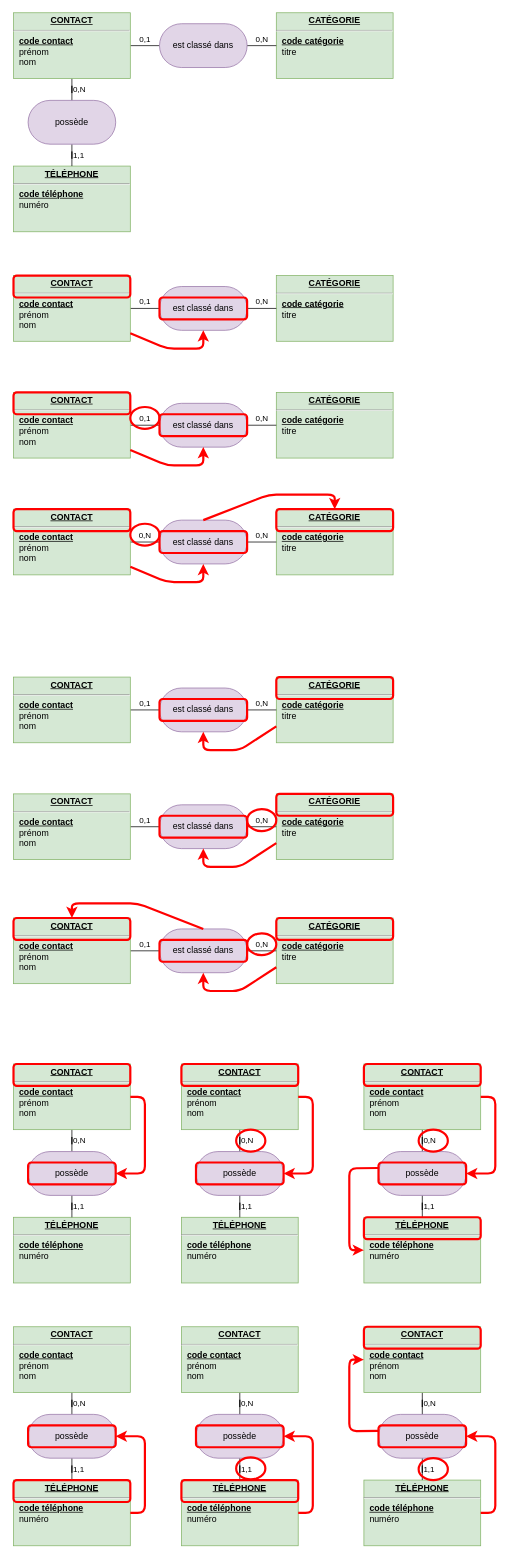
sebastien-raud/sebastien-raud.github.io keeps this draw.io diagram as page "schémas_1_lecture" (2 of 3) of mcd-vers-mld/ressources/schemas.drawio. Above is the earlier version. Source tidied: cells renumbered, new cells numbered last; positions are measured from the earlier drawing's top-left corner, leaving out a move shared by most shapes. Both pictures are drawn from the tidied source at 73%, with x=0, y=0 at pixel (13, 12).
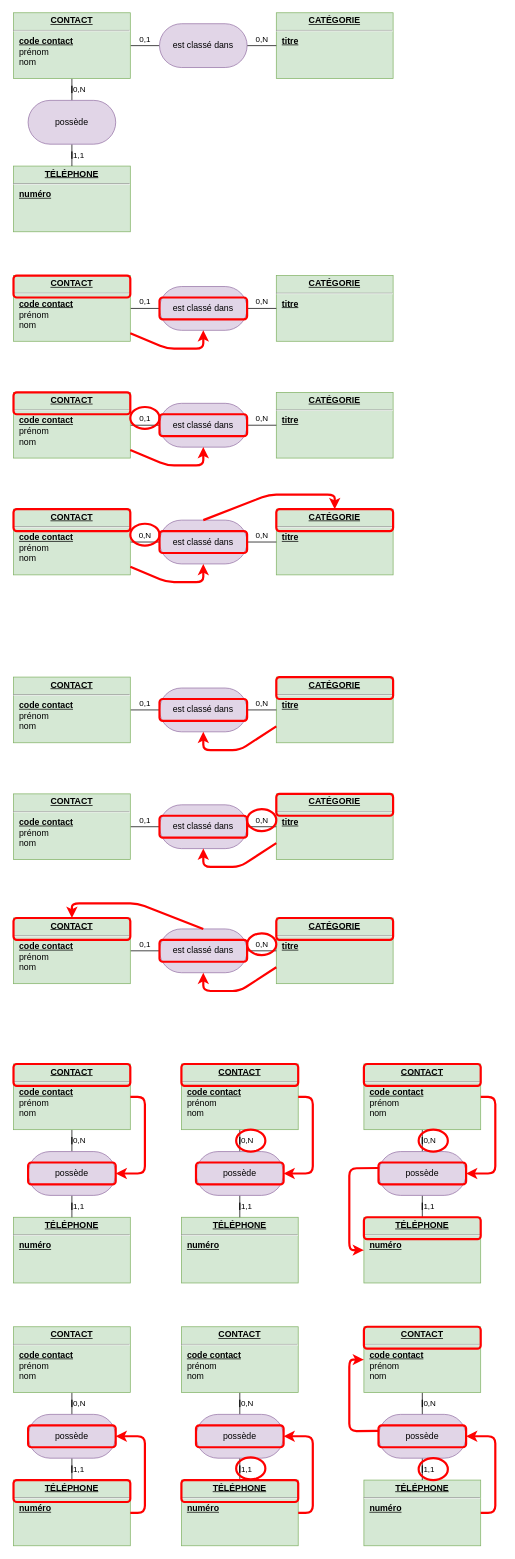
After the change.

What changed in the source:
```diff
@@
-    <mxCell id="5" value="&lt;p style=&quot;margin:0px;margin-top:4px;text-align:center;text-decoration:underline;&quot;&gt;&lt;b&gt;TÉLÉPHONE&lt;/b&gt;&lt;/p&gt;&lt;hr&gt;&lt;p style=&quot;margin:0px;margin-left:8px;&quot;&gt;&lt;u&gt;&lt;b&gt;code téléphone&lt;/b&gt;&lt;/u&gt;&lt;/p&gt;&lt;p style=&quot;margin:0px;margin-left:8px;&quot;&gt;numéro&lt;/p&gt;" style="verticalAlign=top;align=left;overflow=fill;fontSize=12;fontFamily=Helvetica;html=1;fillColor=#d5e8d4;strokeColor=#82b366;rounded=0;" parent="1" vertex="1">
+    <mxCell id="5" value="&lt;p style=&quot;margin:0px;margin-top:4px;text-align:center;text-decoration:underline;&quot;&gt;&lt;b&gt;TÉLÉPHONE&lt;/b&gt;&lt;/p&gt;&lt;hr&gt;&lt;p style=&quot;margin:0px;margin-left:8px;&quot;&gt;&lt;span style=&quot;background-color: initial;&quot;&gt;&lt;b&gt;&lt;u&gt;numéro&lt;/u&gt;&lt;/b&gt;&lt;/span&gt;&lt;br&gt;&lt;/p&gt;" style="verticalAlign=top;align=left;overflow=fill;fontSize=12;fontFamily=Helvetica;html=1;fillColor=#d5e8d4;strokeColor=#82b366;rounded=0;" parent="1" vertex="1">
       <mxGeometry y="210" width="160" height="90" as="geometry" />
     </mxCell>
-    <mxCell id="6" value="&lt;p style=&quot;margin:0px;margin-top:4px;text-align:center;text-decoration:underline;&quot;&gt;&lt;b&gt;CATÉGORIE&lt;/b&gt;&lt;/p&gt;&lt;hr&gt;&lt;p style=&quot;margin:0px;margin-left:8px;&quot;&gt;&lt;u&gt;&lt;b&gt;code catégorie&lt;/b&gt;&lt;/u&gt;&lt;/p&gt;&lt;p style=&quot;margin:0px;margin-left:8px;&quot;&gt;titre&lt;/p&gt;" style="verticalAlign=top;align=left;overflow=fill;fontSize=12;fontFamily=Helvetica;html=1;fillColor=#d5e8d4;strokeColor=#82b366;rounded=0;" parent="1" vertex="1">
+    <mxCell id="6" value="&lt;p style=&quot;margin:0px;margin-top:4px;text-align:center;text-decoration:underline;&quot;&gt;&lt;b&gt;CATÉGORIE&lt;/b&gt;&lt;/p&gt;&lt;hr&gt;&lt;p style=&quot;margin:0px;margin-left:8px;&quot;&gt;&lt;span style=&quot;background-color: initial;&quot;&gt;&lt;b&gt;&lt;u&gt;titre&lt;/u&gt;&lt;/b&gt;&lt;/span&gt;&lt;br&gt;&lt;/p&gt;" style="verticalAlign=top;align=left;overflow=fill;fontSize=12;fontFamily=Helvetica;html=1;fillColor=#d5e8d4;strokeColor=#82b366;rounded=0;" parent="1" vertex="1">
       <mxGeometry x="360" width="160" height="90" as="geometry" />
     </mxCell>
@@
-    <mxCell id="13" value="&lt;p style=&quot;margin:0px;margin-top:4px;text-align:center;text-decoration:underline;&quot;&gt;&lt;b&gt;CATÉGORIE&lt;/b&gt;&lt;/p&gt;&lt;hr&gt;&lt;p style=&quot;margin:0px;margin-left:8px;&quot;&gt;&lt;u&gt;&lt;b&gt;code catégorie&lt;/b&gt;&lt;/u&gt;&lt;/p&gt;&lt;p style=&quot;margin:0px;margin-left:8px;&quot;&gt;titre&lt;/p&gt;" style="verticalAlign=top;align=left;overflow=fill;fontSize=12;fontFamily=Helvetica;html=1;fillColor=#d5e8d4;strokeColor=#82b366;rounded=0;" parent="1" vertex="1">
+    <mxCell id="13" value="&lt;p style=&quot;margin:0px;margin-top:4px;text-align:center;text-decoration:underline;&quot;&gt;&lt;b&gt;CATÉGORIE&lt;/b&gt;&lt;/p&gt;&lt;hr&gt;&lt;p style=&quot;margin:0px;margin-left:8px;&quot;&gt;&lt;span style=&quot;background-color: initial;&quot;&gt;&lt;b&gt;&lt;u&gt;titre&lt;/u&gt;&lt;/b&gt;&lt;/span&gt;&lt;br&gt;&lt;/p&gt;" style="verticalAlign=top;align=left;overflow=fill;fontSize=12;fontFamily=Helvetica;html=1;fillColor=#d5e8d4;strokeColor=#82b366;rounded=0;" parent="1" vertex="1">
       <mxGeometry x="360" y="360" width="160" height="90" as="geometry" />
     </mxCell>
@@
-    <mxCell id="19" value="&lt;p style=&quot;margin:0px;margin-top:4px;text-align:center;text-decoration:underline;&quot;&gt;&lt;b&gt;CATÉGORIE&lt;/b&gt;&lt;/p&gt;&lt;hr&gt;&lt;p style=&quot;margin:0px;margin-left:8px;&quot;&gt;&lt;u&gt;&lt;b&gt;code catégorie&lt;/b&gt;&lt;/u&gt;&lt;/p&gt;&lt;p style=&quot;margin:0px;margin-left:8px;&quot;&gt;titre&lt;/p&gt;" style="verticalAlign=top;align=left;overflow=fill;fontSize=12;fontFamily=Helvetica;html=1;fillColor=#d5e8d4;strokeColor=#82b366;rounded=0;" parent="1" vertex="1">
+    <mxCell id="19" value="&lt;p style=&quot;margin:0px;margin-top:4px;text-align:center;text-decoration:underline;&quot;&gt;&lt;b&gt;CATÉGORIE&lt;/b&gt;&lt;/p&gt;&lt;hr&gt;&lt;p style=&quot;margin:0px;margin-left:8px;&quot;&gt;&lt;span style=&quot;background-color: initial;&quot;&gt;&lt;b&gt;&lt;u&gt;titre&lt;/u&gt;&lt;/b&gt;&lt;/span&gt;&lt;br&gt;&lt;/p&gt;" style="verticalAlign=top;align=left;overflow=fill;fontSize=12;fontFamily=Helvetica;html=1;fillColor=#d5e8d4;strokeColor=#82b366;rounded=0;" parent="1" vertex="1">
       <mxGeometry x="360" y="520" width="160" height="90" as="geometry" />
     </mxCell>
@@
-    <mxCell id="26" value="&lt;p style=&quot;margin:0px;margin-top:4px;text-align:center;text-decoration:underline;&quot;&gt;&lt;b&gt;CATÉGORIE&lt;/b&gt;&lt;/p&gt;&lt;hr&gt;&lt;p style=&quot;margin:0px;margin-left:8px;&quot;&gt;&lt;u&gt;&lt;b&gt;code catégorie&lt;/b&gt;&lt;/u&gt;&lt;/p&gt;&lt;p style=&quot;margin:0px;margin-left:8px;&quot;&gt;titre&lt;/p&gt;" style="verticalAlign=top;align=left;overflow=fill;fontSize=12;fontFamily=Helvetica;html=1;fillColor=#d5e8d4;strokeColor=#82b366;rounded=0;" parent="1" vertex="1">
+    <mxCell id="26" value="&lt;p style=&quot;margin:0px;margin-top:4px;text-align:center;text-decoration:underline;&quot;&gt;&lt;b&gt;CATÉGORIE&lt;/b&gt;&lt;/p&gt;&lt;hr&gt;&lt;p style=&quot;margin:0px;margin-left:8px;&quot;&gt;&lt;span style=&quot;background-color: initial;&quot;&gt;&lt;b&gt;&lt;u&gt;titre&lt;/u&gt;&lt;/b&gt;&lt;/span&gt;&lt;br&gt;&lt;/p&gt;" style="verticalAlign=top;align=left;overflow=fill;fontSize=12;fontFamily=Helvetica;html=1;fillColor=#d5e8d4;strokeColor=#82b366;rounded=0;" parent="1" vertex="1">
       <mxGeometry x="360" y="910" width="160" height="90" as="geometry" />
     </mxCell>
@@
-    <mxCell id="38" value="&lt;p style=&quot;margin:0px;margin-top:4px;text-align:center;text-decoration:underline;&quot;&gt;&lt;b&gt;CATÉGORIE&lt;/b&gt;&lt;/p&gt;&lt;hr&gt;&lt;p style=&quot;margin:0px;margin-left:8px;&quot;&gt;&lt;u&gt;&lt;b&gt;code catégorie&lt;/b&gt;&lt;/u&gt;&lt;/p&gt;&lt;p style=&quot;margin:0px;margin-left:8px;&quot;&gt;titre&lt;/p&gt;" style="verticalAlign=top;align=left;overflow=fill;fontSize=12;fontFamily=Helvetica;html=1;fillColor=#d5e8d4;strokeColor=#82b366;rounded=0;" parent="1" vertex="1">
+    <mxCell id="38" value="&lt;p style=&quot;margin:0px;margin-top:4px;text-align:center;text-decoration:underline;&quot;&gt;&lt;b&gt;CATÉGORIE&lt;/b&gt;&lt;/p&gt;&lt;hr&gt;&lt;p style=&quot;margin:0px;margin-left:8px;&quot;&gt;&lt;span style=&quot;background-color: initial;&quot;&gt;&lt;b&gt;&lt;u&gt;titre&lt;/u&gt;&lt;/b&gt;&lt;/span&gt;&lt;br&gt;&lt;/p&gt;" style="verticalAlign=top;align=left;overflow=fill;fontSize=12;fontFamily=Helvetica;html=1;fillColor=#d5e8d4;strokeColor=#82b366;rounded=0;" parent="1" vertex="1">
       <mxGeometry x="360" y="1070" width="160" height="90" as="geometry" />
     </mxCell>
@@
-    <mxCell id="47" value="&lt;p style=&quot;margin:0px;margin-top:4px;text-align:center;text-decoration:underline;&quot;&gt;&lt;b&gt;TÉLÉPHONE&lt;/b&gt;&lt;/p&gt;&lt;hr&gt;&lt;p style=&quot;margin:0px;margin-left:8px;&quot;&gt;&lt;u&gt;&lt;b&gt;code téléphone&lt;/b&gt;&lt;/u&gt;&lt;/p&gt;&lt;p style=&quot;margin:0px;margin-left:8px;&quot;&gt;numéro&lt;/p&gt;" style="verticalAlign=top;align=left;overflow=fill;fontSize=12;fontFamily=Helvetica;html=1;fillColor=#d5e8d4;strokeColor=#82b366;rounded=0;" parent="1" vertex="1">
+    <mxCell id="47" value="&lt;p style=&quot;margin:0px;margin-top:4px;text-align:center;text-decoration:underline;&quot;&gt;&lt;b&gt;TÉLÉPHONE&lt;/b&gt;&lt;/p&gt;&lt;hr&gt;&lt;p style=&quot;margin:0px;margin-left:8px;&quot;&gt;&lt;span style=&quot;background-color: initial;&quot;&gt;&lt;b&gt;&lt;u&gt;numéro&lt;/u&gt;&lt;/b&gt;&lt;/span&gt;&lt;br&gt;&lt;/p&gt;" style="verticalAlign=top;align=left;overflow=fill;fontSize=12;fontFamily=Helvetica;html=1;fillColor=#d5e8d4;strokeColor=#82b366;rounded=0;" parent="1" vertex="1">
       <mxGeometry y="1650" width="160" height="90" as="geometry" />
     </mxCell>
@@
-    <mxCell id="54" value="&lt;p style=&quot;margin:0px;margin-top:4px;text-align:center;text-decoration:underline;&quot;&gt;&lt;b&gt;CATÉGORIE&lt;/b&gt;&lt;/p&gt;&lt;hr&gt;&lt;p style=&quot;margin:0px;margin-left:8px;&quot;&gt;&lt;u&gt;&lt;b&gt;code catégorie&lt;/b&gt;&lt;/u&gt;&lt;/p&gt;&lt;p style=&quot;margin:0px;margin-left:8px;&quot;&gt;titre&lt;/p&gt;" style="verticalAlign=top;align=left;overflow=fill;fontSize=12;fontFamily=Helvetica;html=1;fillColor=#d5e8d4;strokeColor=#82b366;rounded=0;" parent="1" vertex="1">
+    <mxCell id="54" value="&lt;p style=&quot;margin:0px;margin-top:4px;text-align:center;text-decoration:underline;&quot;&gt;&lt;b&gt;CATÉGORIE&lt;/b&gt;&lt;/p&gt;&lt;hr&gt;&lt;p style=&quot;margin:0px;margin-left:8px;&quot;&gt;&lt;span style=&quot;background-color: initial;&quot;&gt;&lt;b&gt;&lt;u&gt;titre&lt;/u&gt;&lt;/b&gt;&lt;/span&gt;&lt;br&gt;&lt;/p&gt;" style="verticalAlign=top;align=left;overflow=fill;fontSize=12;fontFamily=Helvetica;html=1;fillColor=#d5e8d4;strokeColor=#82b366;rounded=0;" parent="1" vertex="1">
       <mxGeometry x="360" y="680" width="160" height="90" as="geometry" />
     </mxCell>
@@
-    <mxCell id="64" value="&lt;p style=&quot;margin:0px;margin-top:4px;text-align:center;text-decoration:underline;&quot;&gt;&lt;b&gt;CATÉGORIE&lt;/b&gt;&lt;/p&gt;&lt;hr&gt;&lt;p style=&quot;margin:0px;margin-left:8px;&quot;&gt;&lt;u&gt;&lt;b&gt;code catégorie&lt;/b&gt;&lt;/u&gt;&lt;/p&gt;&lt;p style=&quot;margin:0px;margin-left:8px;&quot;&gt;titre&lt;/p&gt;" style="verticalAlign=top;align=left;overflow=fill;fontSize=12;fontFamily=Helvetica;html=1;fillColor=#d5e8d4;strokeColor=#82b366;rounded=0;" parent="1" vertex="1">
+    <mxCell id="64" value="&lt;p style=&quot;margin:0px;margin-top:4px;text-align:center;text-decoration:underline;&quot;&gt;&lt;b&gt;CATÉGORIE&lt;/b&gt;&lt;/p&gt;&lt;hr&gt;&lt;p style=&quot;margin:0px;margin-left:8px;&quot;&gt;&lt;span style=&quot;background-color: initial;&quot;&gt;&lt;b&gt;&lt;u&gt;titre&lt;/u&gt;&lt;/b&gt;&lt;/span&gt;&lt;br&gt;&lt;/p&gt;" style="verticalAlign=top;align=left;overflow=fill;fontSize=12;fontFamily=Helvetica;html=1;fillColor=#d5e8d4;strokeColor=#82b366;rounded=0;" parent="1" vertex="1">
       <mxGeometry x="360" y="1240" width="160" height="90" as="geometry" />
     </mxCell>
@@
-    <mxCell id="75" value="&lt;p style=&quot;margin:0px;margin-top:4px;text-align:center;text-decoration:underline;&quot;&gt;&lt;b&gt;TÉLÉPHONE&lt;/b&gt;&lt;/p&gt;&lt;hr&gt;&lt;p style=&quot;margin:0px;margin-left:8px;&quot;&gt;&lt;u&gt;&lt;b&gt;code téléphone&lt;/b&gt;&lt;/u&gt;&lt;/p&gt;&lt;p style=&quot;margin:0px;margin-left:8px;&quot;&gt;numéro&lt;/p&gt;" style="verticalAlign=top;align=left;overflow=fill;fontSize=12;fontFamily=Helvetica;html=1;fillColor=#d5e8d4;strokeColor=#82b366;rounded=0;" parent="1" vertex="1">
+    <mxCell id="75" value="&lt;p style=&quot;margin:0px;margin-top:4px;text-align:center;text-decoration:underline;&quot;&gt;&lt;b&gt;TÉLÉPHONE&lt;/b&gt;&lt;/p&gt;&lt;hr&gt;&lt;p style=&quot;margin:0px;margin-left:8px;&quot;&gt;&lt;span style=&quot;background-color: initial;&quot;&gt;&lt;b&gt;&lt;u&gt;numéro&lt;/u&gt;&lt;/b&gt;&lt;/span&gt;&lt;br&gt;&lt;/p&gt;" style="verticalAlign=top;align=left;overflow=fill;fontSize=12;fontFamily=Helvetica;html=1;fillColor=#d5e8d4;strokeColor=#82b366;rounded=0;" parent="1" vertex="1">
       <mxGeometry x="230" y="1650" width="160" height="90" as="geometry" />
     </mxCell>
@@
-    <mxCell id="84" value="&lt;p style=&quot;margin:0px;margin-top:4px;text-align:center;text-decoration:underline;&quot;&gt;&lt;b&gt;TÉLÉPHONE&lt;/b&gt;&lt;/p&gt;&lt;hr&gt;&lt;p style=&quot;margin:0px;margin-left:8px;&quot;&gt;&lt;u&gt;&lt;b&gt;code téléphone&lt;/b&gt;&lt;/u&gt;&lt;/p&gt;&lt;p style=&quot;margin:0px;margin-left:8px;&quot;&gt;numéro&lt;/p&gt;" style="verticalAlign=top;align=left;overflow=fill;fontSize=12;fontFamily=Helvetica;html=1;fillColor=#d5e8d4;strokeColor=#82b366;rounded=0;" parent="1" vertex="1">
+    <mxCell id="84" value="&lt;p style=&quot;margin:0px;margin-top:4px;text-align:center;text-decoration:underline;&quot;&gt;&lt;b&gt;TÉLÉPHONE&lt;/b&gt;&lt;/p&gt;&lt;hr&gt;&lt;p style=&quot;margin:0px;margin-left:8px;&quot;&gt;&lt;span style=&quot;background-color: initial;&quot;&gt;&lt;b&gt;&lt;u&gt;numéro&lt;/u&gt;&lt;/b&gt;&lt;/span&gt;&lt;br&gt;&lt;/p&gt;" style="verticalAlign=top;align=left;overflow=fill;fontSize=12;fontFamily=Helvetica;html=1;fillColor=#d5e8d4;strokeColor=#82b366;rounded=0;" parent="1" vertex="1">
       <mxGeometry x="480" y="1650" width="160" height="90" as="geometry" />
     </mxCell>
@@
-    <mxCell id="94" value="&lt;p style=&quot;margin:0px;margin-top:4px;text-align:center;text-decoration:underline;&quot;&gt;&lt;b&gt;TÉLÉPHONE&lt;/b&gt;&lt;/p&gt;&lt;hr&gt;&lt;p style=&quot;margin:0px;margin-left:8px;&quot;&gt;&lt;u&gt;&lt;b&gt;code téléphone&lt;/b&gt;&lt;/u&gt;&lt;/p&gt;&lt;p style=&quot;margin:0px;margin-left:8px;&quot;&gt;numéro&lt;/p&gt;" style="verticalAlign=top;align=left;overflow=fill;fontSize=12;fontFamily=Helvetica;html=1;fillColor=#d5e8d4;strokeColor=#82b366;rounded=0;" parent="1" vertex="1">
+    <mxCell id="94" value="&lt;p style=&quot;margin:0px;margin-top:4px;text-align:center;text-decoration:underline;&quot;&gt;&lt;b&gt;TÉLÉPHONE&lt;/b&gt;&lt;/p&gt;&lt;hr&gt;&lt;p style=&quot;margin:0px;margin-left:8px;&quot;&gt;&lt;span style=&quot;background-color: initial;&quot;&gt;&lt;b&gt;&lt;u&gt;numéro&lt;/u&gt;&lt;/b&gt;&lt;/span&gt;&lt;br&gt;&lt;/p&gt;" style="verticalAlign=top;align=left;overflow=fill;fontSize=12;fontFamily=Helvetica;html=1;fillColor=#d5e8d4;strokeColor=#82b366;rounded=0;" parent="1" vertex="1">
       <mxGeometry y="2010" width="160" height="90" as="geometry" />
     </mxCell>
@@
-    <mxCell id="102" value="&lt;p style=&quot;margin:0px;margin-top:4px;text-align:center;text-decoration:underline;&quot;&gt;&lt;b&gt;TÉLÉPHONE&lt;/b&gt;&lt;/p&gt;&lt;hr&gt;&lt;p style=&quot;margin:0px;margin-left:8px;&quot;&gt;&lt;u&gt;&lt;b&gt;code téléphone&lt;/b&gt;&lt;/u&gt;&lt;/p&gt;&lt;p style=&quot;margin:0px;margin-left:8px;&quot;&gt;numéro&lt;/p&gt;" style="verticalAlign=top;align=left;overflow=fill;fontSize=12;fontFamily=Helvetica;html=1;fillColor=#d5e8d4;strokeColor=#82b366;rounded=0;" parent="1" vertex="1">
+    <mxCell id="102" value="&lt;p style=&quot;margin:0px;margin-top:4px;text-align:center;text-decoration:underline;&quot;&gt;&lt;b&gt;TÉLÉPHONE&lt;/b&gt;&lt;/p&gt;&lt;hr&gt;&lt;p style=&quot;margin:0px;margin-left:8px;&quot;&gt;&lt;span style=&quot;background-color: initial;&quot;&gt;&lt;b&gt;&lt;u&gt;numéro&lt;/u&gt;&lt;/b&gt;&lt;/span&gt;&lt;br&gt;&lt;/p&gt;" style="verticalAlign=top;align=left;overflow=fill;fontSize=12;fontFamily=Helvetica;html=1;fillColor=#d5e8d4;strokeColor=#82b366;rounded=0;" parent="1" vertex="1">
       <mxGeometry x="230" y="2010" width="160" height="90" as="geometry" />
     </mxCell>
@@
-    <mxCell id="111" value="&lt;p style=&quot;margin:0px;margin-top:4px;text-align:center;text-decoration:underline;&quot;&gt;&lt;b&gt;TÉLÉPHONE&lt;/b&gt;&lt;/p&gt;&lt;hr&gt;&lt;p style=&quot;margin:0px;margin-left:8px;&quot;&gt;&lt;u&gt;&lt;b&gt;code téléphone&lt;/b&gt;&lt;/u&gt;&lt;/p&gt;&lt;p style=&quot;margin:0px;margin-left:8px;&quot;&gt;numéro&lt;/p&gt;" style="verticalAlign=top;align=left;overflow=fill;fontSize=12;fontFamily=Helvetica;html=1;fillColor=#d5e8d4;strokeColor=#82b366;rounded=0;" parent="1" vertex="1">
+    <mxCell id="111" value="&lt;p style=&quot;margin:0px;margin-top:4px;text-align:center;text-decoration:underline;&quot;&gt;&lt;b&gt;TÉLÉPHONE&lt;/b&gt;&lt;/p&gt;&lt;hr&gt;&lt;p style=&quot;margin:0px;margin-left:8px;&quot;&gt;&lt;span style=&quot;background-color: initial;&quot;&gt;&lt;b&gt;&lt;u&gt;numéro&lt;/u&gt;&lt;/b&gt;&lt;/span&gt;&lt;br&gt;&lt;/p&gt;" style="verticalAlign=top;align=left;overflow=fill;fontSize=12;fontFamily=Helvetica;html=1;fillColor=#d5e8d4;strokeColor=#82b366;rounded=0;" parent="1" vertex="1">
       <mxGeometry x="480" y="2010" width="160" height="90" as="geometry" />
     </mxCell>
```
